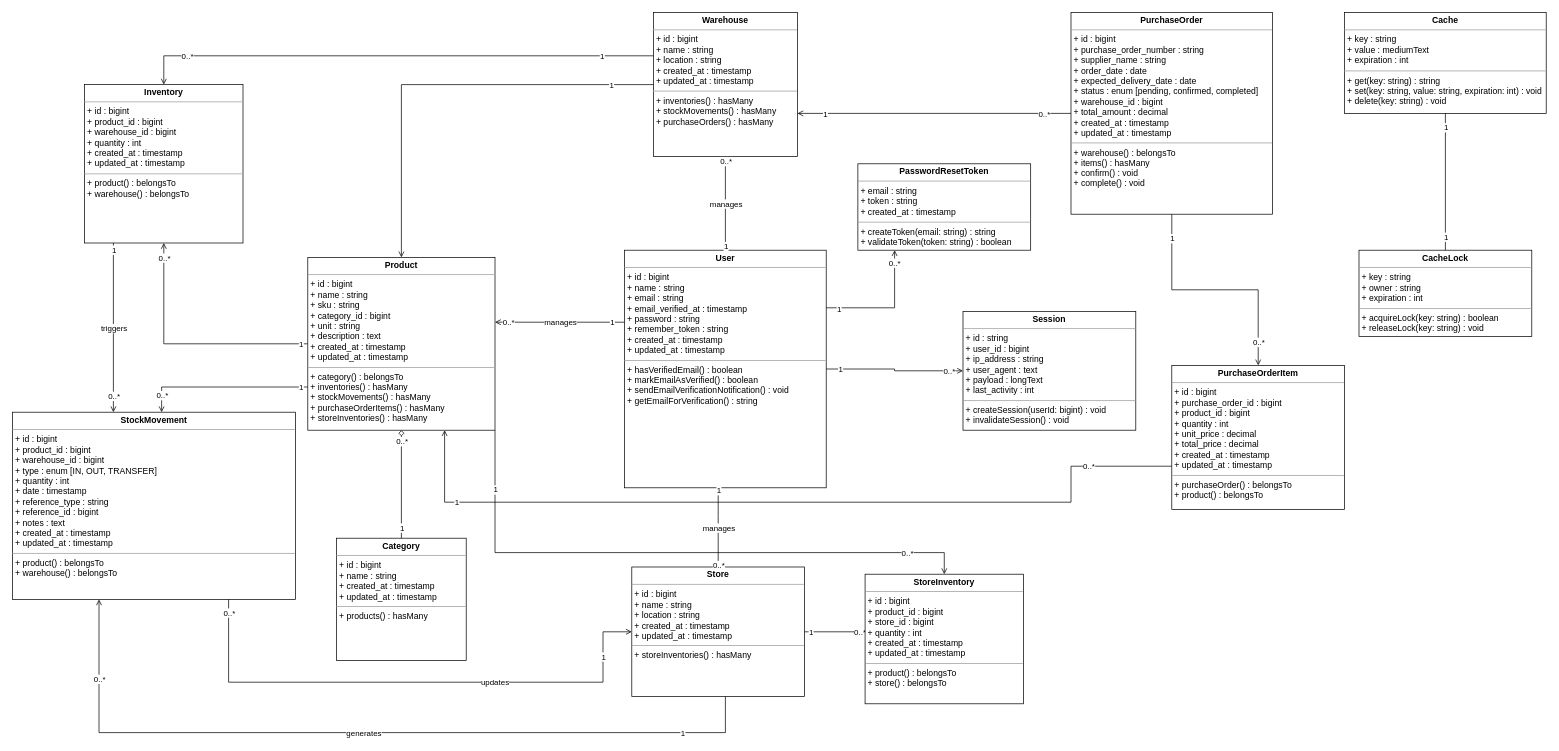
This is Img/Warehouse_Management_Class_Diagram.drawio from anhphap0201/Warehouse_Management_KTMP, a draw.io file, before an edit. Source tidied: cells renumbered, new cells numbered last; positions are measured from the earlier drawing's top-left corner, leaving out a move shared by most shapes. Both pictures are drawn from the tidied source at 72%, with x=0, y=0 at pixel (12, 12).
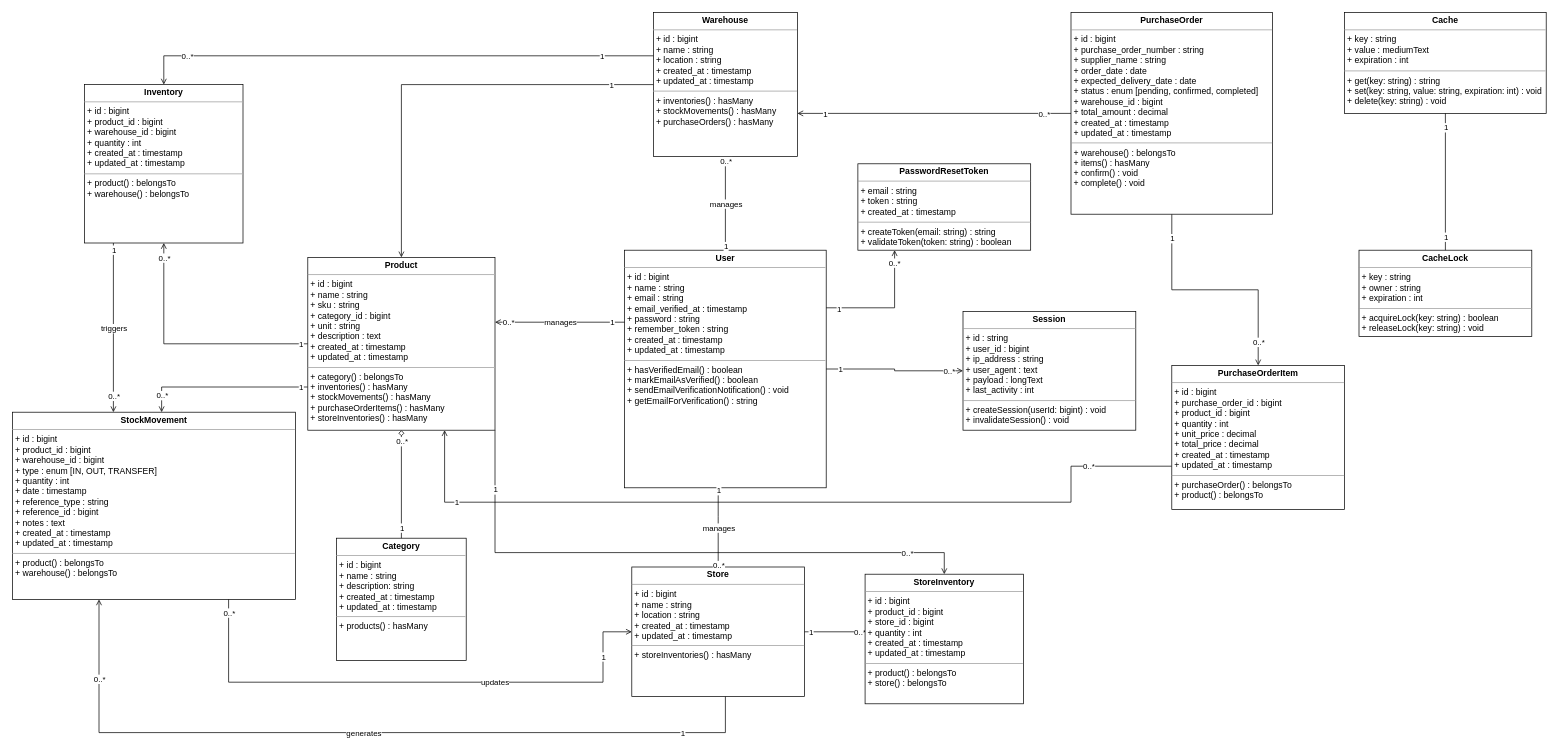
The same diagram, later.

Change to the diagram source:
```diff
@@
-    <mxCell id="7" value="&lt;p style=&quot;margin:0px;margin-top:4px;text-align:center;&quot;&gt;&lt;b&gt;Category&lt;/b&gt;&lt;/p&gt;&lt;hr size=&quot;1&quot;&gt;&lt;p style=&quot;margin:0px;margin-left:4px;&quot;&gt;+ id : bigint&lt;br&gt;+ name : string&lt;br&gt;+ created_at : timestamp&lt;br&gt;+ updated_at : timestamp&lt;/p&gt;&lt;hr size=&quot;1&quot;&gt;&lt;p style=&quot;margin:0px;margin-left:4px;&quot;&gt;+ products() : hasMany&lt;/p&gt;" style="verticalAlign=top;align=left;overflow=fill;fontSize=12;fontFamily=Helvetica;html=1;" parent="1" vertex="1">
+    <mxCell id="7" value="&lt;p style=&quot;margin:0px;margin-top:4px;text-align:center;&quot;&gt;&lt;b&gt;Category&lt;/b&gt;&lt;/p&gt;&lt;hr size=&quot;1&quot;&gt;&lt;p style=&quot;margin:0px;margin-left:4px;&quot;&gt;+ id : bigint&lt;br&gt;+ name : string&lt;/p&gt;&lt;p style=&quot;margin:0px;margin-left:4px;&quot;&gt;+ description: string&lt;br&gt;+ created_at : timestamp&lt;br&gt;+ updated_at : timestamp&lt;/p&gt;&lt;hr size=&quot;1&quot;&gt;&lt;p style=&quot;margin:0px;margin-left:4px;&quot;&gt;+ products() : hasMany&lt;/p&gt;" style="verticalAlign=top;align=left;overflow=fill;fontSize=12;fontFamily=Helvetica;html=1;" parent="1" vertex="1">
       <mxGeometry x="450" y="730" width="180" height="170" as="geometry" />
     </mxCell>
```
